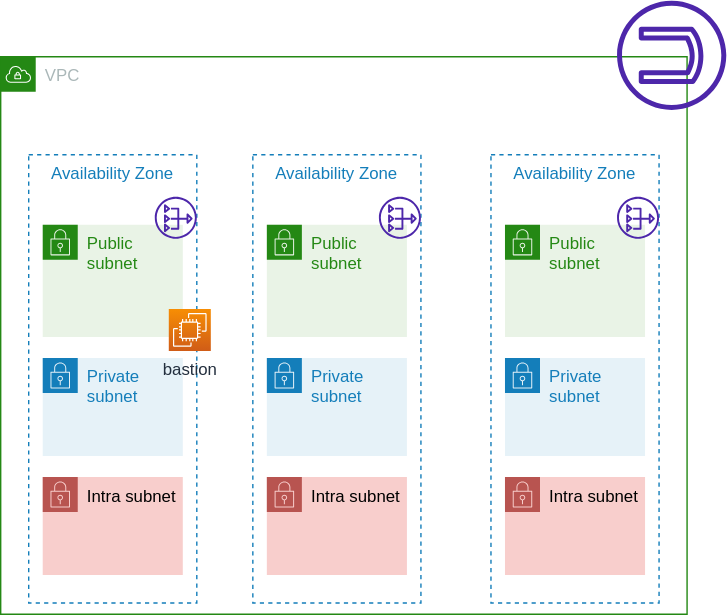
Earlier version of the draw.io export docs/diagrams/base.svg (redhat-developer/mapt). Source tidied: cells renumbered, new cells last; positions are measured from the earlier drawing's top-left corner, leaving out a move shared by most shapes. Its diagram source:
```xml
<mxGraphModel>
  <root>
    <mxCell id="0" />
    <mxCell id="1" parent="0" />
    <mxCell id="2" value="VPC" style="gradientColor=none;html=1;whiteSpace=wrap;fontSize=12;fontStyle=0;shape=mxgraph.aws4.group;grIcon=mxgraph.aws4.group_vpc;strokeColor=#248814;fillColor=none;verticalAlign=top;align=left;spacingLeft=30;fontColor=#AAB7B8;dashed=0;" parent="1" vertex="1">
      <mxGeometry y="40" width="490" height="398" as="geometry" />
    </mxCell>
    <mxCell id="3" value="Private subnet" style="gradientColor=none;html=1;whiteSpace=wrap;fontSize=12;fontStyle=0;shape=mxgraph.aws4.group;grIcon=mxgraph.aws4.group_security_group;grStroke=0;strokeColor=#147EBA;fillColor=#E6F2F8;verticalAlign=top;align=left;spacingLeft=30;fontColor=#147EBA;dashed=0;" parent="2" vertex="1">
      <mxGeometry x="360" y="215" width="100" height="70" as="geometry" />
    </mxCell>
    <mxCell id="4" value="Intra subnet" style="html=1;whiteSpace=wrap;fontSize=12;fontStyle=0;shape=mxgraph.aws4.group;grIcon=mxgraph.aws4.group_security_group;grStroke=0;strokeColor=#b85450;fillColor=#f8cecc;verticalAlign=top;align=left;spacingLeft=30;dashed=0;" parent="2" vertex="1">
      <mxGeometry x="360" y="300" width="100" height="70" as="geometry" />
    </mxCell>
    <mxCell id="5" value="Availability Zone" style="fillColor=none;strokeColor=#147EBA;dashed=1;verticalAlign=top;fontStyle=0;fontColor=#147EBA;" parent="2" vertex="1">
      <mxGeometry x="350" y="70" width="120" height="320" as="geometry" />
    </mxCell>
    <mxCell id="6" value="Availability Zone" style="fillColor=none;strokeColor=#147EBA;dashed=1;verticalAlign=top;fontStyle=0;fontColor=#147EBA;" parent="2" vertex="1">
      <mxGeometry x="20" y="70" width="120" height="320" as="geometry" />
    </mxCell>
    <mxCell id="7" value="Availability Zone" style="fillColor=none;strokeColor=#147EBA;dashed=1;verticalAlign=top;fontStyle=0;fontColor=#147EBA;" parent="2" vertex="1">
      <mxGeometry x="180" y="70" width="120" height="320" as="geometry" />
    </mxCell>
    <mxCell id="8" value="Private subnet" style="gradientColor=none;html=1;whiteSpace=wrap;fontSize=12;fontStyle=0;shape=mxgraph.aws4.group;grIcon=mxgraph.aws4.group_security_group;grStroke=0;strokeColor=#147EBA;fillColor=#E6F2F8;verticalAlign=top;align=left;spacingLeft=30;fontColor=#147EBA;dashed=0;" parent="2" vertex="1">
      <mxGeometry x="190" y="215" width="100" height="70" as="geometry" />
    </mxCell>
    <mxCell id="9" value="Intra subnet" style="html=1;whiteSpace=wrap;fontSize=12;fontStyle=0;shape=mxgraph.aws4.group;grIcon=mxgraph.aws4.group_security_group;grStroke=0;strokeColor=#b85450;fillColor=#f8cecc;verticalAlign=top;align=left;spacingLeft=30;dashed=0;" parent="2" vertex="1">
      <mxGeometry x="30" y="300" width="100" height="70" as="geometry" />
    </mxCell>
    <mxCell id="10" value="Intra subnet" style="html=1;whiteSpace=wrap;fontSize=12;fontStyle=0;shape=mxgraph.aws4.group;grIcon=mxgraph.aws4.group_security_group;grStroke=0;strokeColor=#b85450;fillColor=#f8cecc;verticalAlign=top;align=left;spacingLeft=30;dashed=0;" parent="2" vertex="1">
      <mxGeometry x="190" y="300" width="100" height="70" as="geometry" />
    </mxCell>
    <mxCell id="11" value="Public subnet" style="gradientColor=none;html=1;whiteSpace=wrap;fontSize=12;fontStyle=0;shape=mxgraph.aws4.group;grIcon=mxgraph.aws4.group_security_group;grStroke=0;strokeColor=#248814;fillColor=#E9F3E6;verticalAlign=top;align=left;spacingLeft=30;fontColor=#248814;dashed=0;" parent="2" vertex="1">
      <mxGeometry x="30" y="120" width="100" height="80" as="geometry" />
    </mxCell>
    <mxCell id="12" style="sketch=0;fontColor=#232F3E;gradientColor=none;fillColor=#4D27AA;strokeColor=none;dashed=0;verticalLabelPosition=bottom;verticalAlign=top;align=center;html=1;fontSize=12;fontStyle=0;shape=mxgraph.aws4.nat_gateway;" parent="11" vertex="1">
      <mxGeometry x="80" y="-20" width="30" height="30" as="geometry" />
    </mxCell>
    <mxCell id="13" value="Public subnet" style="gradientColor=none;html=1;whiteSpace=wrap;fontSize=12;fontStyle=0;shape=mxgraph.aws4.group;grIcon=mxgraph.aws4.group_security_group;grStroke=0;strokeColor=#248814;fillColor=#E9F3E6;verticalAlign=top;align=left;spacingLeft=30;fontColor=#248814;dashed=0;" parent="2" vertex="1">
      <mxGeometry x="190" y="120" width="100" height="80" as="geometry" />
    </mxCell>
    <mxCell id="14" style="sketch=0;fontColor=#232F3E;gradientColor=none;fillColor=#4D27AA;strokeColor=none;dashed=0;verticalLabelPosition=bottom;verticalAlign=top;align=center;html=1;fontSize=12;fontStyle=0;shape=mxgraph.aws4.nat_gateway;" parent="13" vertex="1">
      <mxGeometry x="80" y="-20" width="30" height="30" as="geometry" />
    </mxCell>
    <mxCell id="15" value="Public subnet" style="gradientColor=none;html=1;whiteSpace=wrap;fontSize=12;fontStyle=0;shape=mxgraph.aws4.group;grIcon=mxgraph.aws4.group_security_group;grStroke=0;strokeColor=#248814;fillColor=#E9F3E6;verticalAlign=top;align=left;spacingLeft=30;fontColor=#248814;dashed=0;" parent="2" vertex="1">
      <mxGeometry x="360" y="120" width="100" height="80" as="geometry" />
    </mxCell>
    <mxCell id="16" value="Private subnet" style="gradientColor=none;html=1;whiteSpace=wrap;fontSize=12;fontStyle=0;shape=mxgraph.aws4.group;grIcon=mxgraph.aws4.group_security_group;grStroke=0;strokeColor=#147EBA;fillColor=#E6F2F8;verticalAlign=top;align=left;spacingLeft=30;fontColor=#147EBA;dashed=0;" parent="2" vertex="1">
      <mxGeometry x="30" y="215" width="100" height="70" as="geometry" />
    </mxCell>
    <mxCell id="17" style="sketch=0;fontColor=#232F3E;gradientColor=none;fillColor=#4D27AA;strokeColor=none;dashed=0;verticalLabelPosition=bottom;verticalAlign=top;align=center;html=1;fontSize=12;fontStyle=0;shape=mxgraph.aws4.nat_gateway;" parent="2" vertex="1">
      <mxGeometry x="440" y="100" width="30" height="30" as="geometry" />
    </mxCell>
    <mxCell id="18" value="bastion" style="sketch=0;fontColor=#232F3E;gradientColor=#F78E04;gradientDirection=north;fillColor=#D05C17;strokeColor=#ffffff;dashed=0;verticalLabelPosition=bottom;verticalAlign=top;align=center;html=1;fontSize=12;fontStyle=0;shape=mxgraph.aws4.resourceIcon;resIcon=mxgraph.aws4.ec2;" parent="2" vertex="1">
      <mxGeometry x="120" y="180" width="30" height="30" as="geometry" />
    </mxCell>
    <mxCell id="19" style="sketch=0;fontColor=#232F3E;gradientColor=none;fillColor=#4D27AA;strokeColor=none;dashed=0;verticalLabelPosition=bottom;verticalAlign=top;align=center;html=1;fontSize=12;fontStyle=0;shape=mxgraph.aws4.internet_gateway;direction=south;" parent="1" vertex="1">
      <mxGeometry x="440" width="78" height="78" as="geometry" />
    </mxCell>
  </root>
</mxGraphModel>
```
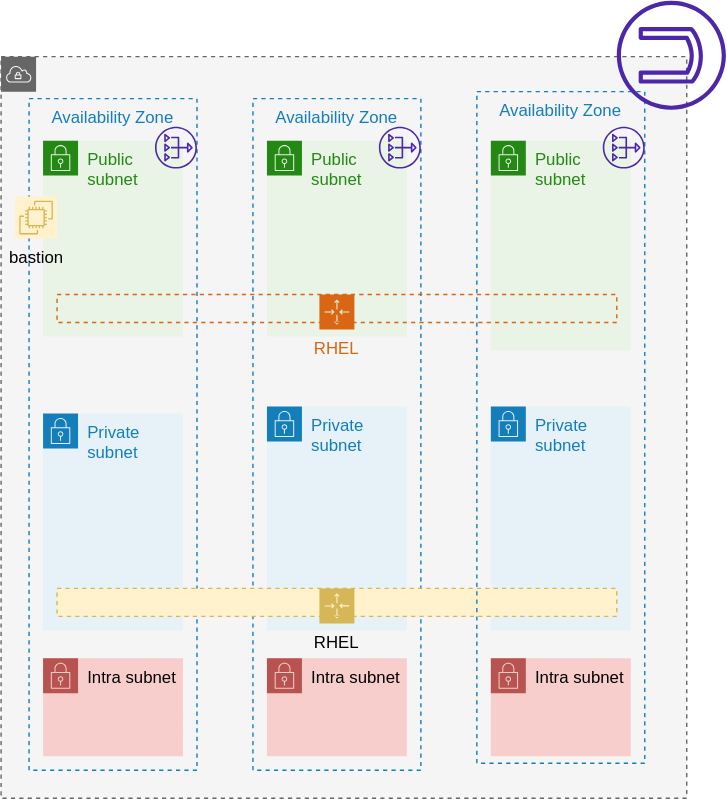
After the commit.

Diff of the diagram source:
```diff
@@ -2,59 +2,65 @@
   <root>
     <mxCell id="0" />
     <mxCell id="1" parent="0" />
-    <mxCell id="2" value="VPC" style="gradientColor=none;html=1;whiteSpace=wrap;fontSize=12;fontStyle=0;shape=mxgraph.aws4.group;grIcon=mxgraph.aws4.group_vpc;strokeColor=#248814;fillColor=none;verticalAlign=top;align=left;spacingLeft=30;fontColor=#AAB7B8;dashed=0;" parent="1" vertex="1">
-      <mxGeometry y="40" width="490" height="398" as="geometry" />
+    <mxCell id="2" style="html=1;whiteSpace=wrap;fontSize=12;fontStyle=0;shape=mxgraph.aws4.group;grIcon=mxgraph.aws4.group_vpc;strokeColor=#666666;fillColor=#f5f5f5;verticalAlign=top;align=left;spacingLeft=30;fontColor=#333333;dashed=1;" parent="1" vertex="1">
+      <mxGeometry y="40" width="490" height="530" as="geometry" />
     </mxCell>
+    <mxCell id="6" value="Availability Zone" style="fillColor=none;strokeColor=#147EBA;dashed=1;verticalAlign=top;fontStyle=0;fontColor=#147EBA;" parent="2" vertex="1">
+      <mxGeometry x="20" y="30" width="120" height="480" as="geometry" />
+    </mxCell>
     <mxCell id="3" value="Private subnet" style="gradientColor=none;html=1;whiteSpace=wrap;fontSize=12;fontStyle=0;shape=mxgraph.aws4.group;grIcon=mxgraph.aws4.group_security_group;grStroke=0;strokeColor=#147EBA;fillColor=#E6F2F8;verticalAlign=top;align=left;spacingLeft=30;fontColor=#147EBA;dashed=0;" parent="2" vertex="1">
-      <mxGeometry x="360" y="215" width="100" height="70" as="geometry" />
+      <mxGeometry x="350" y="250" width="100" height="160" as="geometry" />
     </mxCell>
     <mxCell id="4" value="Intra subnet" style="html=1;whiteSpace=wrap;fontSize=12;fontStyle=0;shape=mxgraph.aws4.group;grIcon=mxgraph.aws4.group_security_group;grStroke=0;strokeColor=#b85450;fillColor=#f8cecc;verticalAlign=top;align=left;spacingLeft=30;dashed=0;" parent="2" vertex="1">
-      <mxGeometry x="360" y="300" width="100" height="70" as="geometry" />
+      <mxGeometry x="350" y="430" width="100" height="70" as="geometry" />
     </mxCell>
-    <mxCell id="5" value="Availability Zone" style="fillColor=none;strokeColor=#147EBA;dashed=1;verticalAlign=top;fontStyle=0;fontColor=#147EBA;" parent="2" vertex="1">
-      <mxGeometry x="350" y="70" width="120" height="320" as="geometry" />
-    </mxCell>
-    <mxCell id="6" value="Availability Zone" style="fillColor=none;strokeColor=#147EBA;dashed=1;verticalAlign=top;fontStyle=0;fontColor=#147EBA;" parent="2" vertex="1">
-      <mxGeometry x="20" y="70" width="120" height="320" as="geometry" />
-    </mxCell>
     <mxCell id="7" value="Availability Zone" style="fillColor=none;strokeColor=#147EBA;dashed=1;verticalAlign=top;fontStyle=0;fontColor=#147EBA;" parent="2" vertex="1">
-      <mxGeometry x="180" y="70" width="120" height="320" as="geometry" />
+      <mxGeometry x="180" y="30" width="120" height="480" as="geometry" />
     </mxCell>
     <mxCell id="8" value="Private subnet" style="gradientColor=none;html=1;whiteSpace=wrap;fontSize=12;fontStyle=0;shape=mxgraph.aws4.group;grIcon=mxgraph.aws4.group_security_group;grStroke=0;strokeColor=#147EBA;fillColor=#E6F2F8;verticalAlign=top;align=left;spacingLeft=30;fontColor=#147EBA;dashed=0;" parent="2" vertex="1">
-      <mxGeometry x="190" y="215" width="100" height="70" as="geometry" />
+      <mxGeometry x="190" y="250" width="100" height="160" as="geometry" />
     </mxCell>
     <mxCell id="9" value="Intra subnet" style="html=1;whiteSpace=wrap;fontSize=12;fontStyle=0;shape=mxgraph.aws4.group;grIcon=mxgraph.aws4.group_security_group;grStroke=0;strokeColor=#b85450;fillColor=#f8cecc;verticalAlign=top;align=left;spacingLeft=30;dashed=0;" parent="2" vertex="1">
-      <mxGeometry x="30" y="300" width="100" height="70" as="geometry" />
+      <mxGeometry x="30" y="430" width="100" height="70" as="geometry" />
     </mxCell>
     <mxCell id="10" value="Intra subnet" style="html=1;whiteSpace=wrap;fontSize=12;fontStyle=0;shape=mxgraph.aws4.group;grIcon=mxgraph.aws4.group_security_group;grStroke=0;strokeColor=#b85450;fillColor=#f8cecc;verticalAlign=top;align=left;spacingLeft=30;dashed=0;" parent="2" vertex="1">
-      <mxGeometry x="190" y="300" width="100" height="70" as="geometry" />
+      <mxGeometry x="190" y="430" width="100" height="70" as="geometry" />
     </mxCell>
     <mxCell id="11" value="Public subnet" style="gradientColor=none;html=1;whiteSpace=wrap;fontSize=12;fontStyle=0;shape=mxgraph.aws4.group;grIcon=mxgraph.aws4.group_security_group;grStroke=0;strokeColor=#248814;fillColor=#E9F3E6;verticalAlign=top;align=left;spacingLeft=30;fontColor=#248814;dashed=0;" parent="2" vertex="1">
-      <mxGeometry x="30" y="120" width="100" height="80" as="geometry" />
+      <mxGeometry x="30" y="60" width="100" height="140" as="geometry" />
     </mxCell>
+    <mxCell id="18" value="bastion" style="sketch=0;gradientDirection=north;fillColor=#fff2cc;strokeColor=#d6b656;dashed=0;verticalLabelPosition=bottom;verticalAlign=top;align=center;html=1;fontSize=12;fontStyle=0;shape=mxgraph.aws4.resourceIcon;resIcon=mxgraph.aws4.ec2;" parent="11" vertex="1">
+      <mxGeometry x="-20" y="40" width="30" height="30" as="geometry" />
+    </mxCell>
+    <mxCell id="13" value="Public subnet" style="gradientColor=none;html=1;whiteSpace=wrap;fontSize=12;fontStyle=0;shape=mxgraph.aws4.group;grIcon=mxgraph.aws4.group_security_group;grStroke=0;strokeColor=#248814;fillColor=#E9F3E6;verticalAlign=top;align=left;spacingLeft=30;fontColor=#248814;dashed=0;" parent="2" vertex="1">
+      <mxGeometry x="190" y="60" width="100" height="140" as="geometry" />
+    </mxCell>
+    <mxCell id="16" value="Private subnet" style="gradientColor=none;html=1;whiteSpace=wrap;fontSize=12;fontStyle=0;shape=mxgraph.aws4.group;grIcon=mxgraph.aws4.group_security_group;grStroke=0;strokeColor=#147EBA;fillColor=#E6F2F8;verticalAlign=top;align=left;spacingLeft=30;fontColor=#147EBA;dashed=0;" parent="2" vertex="1">
+      <mxGeometry x="30" y="255" width="100" height="155" as="geometry" />
+    </mxCell>
+    <mxCell id="20" value="RHEL" style="html=1;whiteSpace=wrap;fontSize=12;fontStyle=0;shape=mxgraph.aws4.groupCenter;grIcon=mxgraph.aws4.group_auto_scaling_group;grStroke=1;strokeColor=#d6b656;fillColor=#fff2cc;verticalAlign=top;align=center;dashed=1;spacingTop=25;" parent="2" vertex="1">
+      <mxGeometry x="40" y="380" width="400" height="20" as="geometry" />
+    </mxCell>
+    <mxCell id="14" style="sketch=0;fontColor=#232F3E;gradientColor=none;fillColor=#4D27AA;strokeColor=none;dashed=0;verticalLabelPosition=bottom;verticalAlign=top;align=center;html=1;fontSize=12;fontStyle=0;shape=mxgraph.aws4.nat_gateway;" parent="2" vertex="1">
+      <mxGeometry x="270" y="50" width="30" height="30" as="geometry" />
+    </mxCell>
-    <mxCell id="12" style="sketch=0;fontColor=#232F3E;gradientColor=none;fillColor=#4D27AA;strokeColor=none;dashed=0;verticalLabelPosition=bottom;verticalAlign=top;align=center;html=1;fontSize=12;fontStyle=0;shape=mxgraph.aws4.nat_gateway;" parent="11" vertex="1">
-      <mxGeometry x="80" y="-20" width="30" height="30" as="geometry" />
+    <mxCell id="12" style="sketch=0;fontColor=#232F3E;gradientColor=none;fillColor=#4D27AA;strokeColor=none;dashed=0;verticalLabelPosition=bottom;verticalAlign=top;align=center;html=1;fontSize=12;fontStyle=0;shape=mxgraph.aws4.nat_gateway;" parent="2" vertex="1">
+      <mxGeometry x="110" y="50" width="30" height="30" as="geometry" />
     </mxCell>
-    <mxCell id="13" value="Public subnet" style="gradientColor=none;html=1;whiteSpace=wrap;fontSize=12;fontStyle=0;shape=mxgraph.aws4.group;grIcon=mxgraph.aws4.group_security_group;grStroke=0;strokeColor=#248814;fillColor=#E9F3E6;verticalAlign=top;align=left;spacingLeft=30;fontColor=#248814;dashed=0;" parent="2" vertex="1">
-      <mxGeometry x="190" y="120" width="100" height="80" as="geometry" />
-    </mxCell>
-    <mxCell id="14" style="sketch=0;fontColor=#232F3E;gradientColor=none;fillColor=#4D27AA;strokeColor=none;dashed=0;verticalLabelPosition=bottom;verticalAlign=top;align=center;html=1;fontSize=12;fontStyle=0;shape=mxgraph.aws4.nat_gateway;" parent="13" vertex="1">
-      <mxGeometry x="80" y="-20" width="30" height="30" as="geometry" />
-    </mxCell>
-    <mxCell id="15" value="Public subnet" style="gradientColor=none;html=1;whiteSpace=wrap;fontSize=12;fontStyle=0;shape=mxgraph.aws4.group;grIcon=mxgraph.aws4.group_security_group;grStroke=0;strokeColor=#248814;fillColor=#E9F3E6;verticalAlign=top;align=left;spacingLeft=30;fontColor=#248814;dashed=0;" parent="2" vertex="1">
-      <mxGeometry x="360" y="120" width="100" height="80" as="geometry" />
+    <mxCell id="15" value="Public subnet" style="gradientColor=none;html=1;whiteSpace=wrap;fontSize=12;fontStyle=0;shape=mxgraph.aws4.group;grIcon=mxgraph.aws4.group_security_group;grStroke=0;strokeColor=#248814;fillColor=#E9F3E6;verticalAlign=top;align=left;spacingLeft=30;fontColor=#248814;dashed=0;" parent="1" vertex="1">
+      <mxGeometry x="350" y="100" width="100" height="150" as="geometry" />
     </mxCell>
-    <mxCell id="16" value="Private subnet" style="gradientColor=none;html=1;whiteSpace=wrap;fontSize=12;fontStyle=0;shape=mxgraph.aws4.group;grIcon=mxgraph.aws4.group_security_group;grStroke=0;strokeColor=#147EBA;fillColor=#E6F2F8;verticalAlign=top;align=left;spacingLeft=30;fontColor=#147EBA;dashed=0;" parent="2" vertex="1">
-      <mxGeometry x="30" y="215" width="100" height="70" as="geometry" />
-    </mxCell>
+    <mxCell id="5" value="Availability Zone" style="fillColor=none;strokeColor=#147EBA;dashed=1;verticalAlign=top;fontStyle=0;fontColor=#147EBA;" parent="1" vertex="1">
+      <mxGeometry x="340" y="65" width="120" height="480" as="geometry" />
+    </mxCell>
+    <mxCell id="19" style="sketch=0;fontColor=#232F3E;gradientColor=none;fillColor=#4D27AA;strokeColor=none;dashed=0;verticalLabelPosition=bottom;verticalAlign=top;align=center;html=1;fontSize=12;fontStyle=0;shape=mxgraph.aws4.internet_gateway;direction=south;" parent="1" vertex="1">
+      <mxGeometry x="440" width="78" height="78" as="geometry" />
+    </mxCell>
-    <mxCell id="17" style="sketch=0;fontColor=#232F3E;gradientColor=none;fillColor=#4D27AA;strokeColor=none;dashed=0;verticalLabelPosition=bottom;verticalAlign=top;align=center;html=1;fontSize=12;fontStyle=0;shape=mxgraph.aws4.nat_gateway;" parent="2" vertex="1">
-      <mxGeometry x="440" y="100" width="30" height="30" as="geometry" />
+    <mxCell id="17" style="sketch=0;fontColor=#232F3E;gradientColor=none;fillColor=#4D27AA;strokeColor=none;dashed=0;verticalLabelPosition=bottom;verticalAlign=top;align=center;html=1;fontSize=12;fontStyle=0;shape=mxgraph.aws4.nat_gateway;" parent="1" vertex="1">
+      <mxGeometry x="430" y="90" width="30" height="30" as="geometry" />
     </mxCell>
-    <mxCell id="18" value="bastion" style="sketch=0;fontColor=#232F3E;gradientColor=#F78E04;gradientDirection=north;fillColor=#D05C17;strokeColor=#ffffff;dashed=0;verticalLabelPosition=bottom;verticalAlign=top;align=center;html=1;fontSize=12;fontStyle=0;shape=mxgraph.aws4.resourceIcon;resIcon=mxgraph.aws4.ec2;" parent="2" vertex="1">
-      <mxGeometry x="120" y="180" width="30" height="30" as="geometry" />
-    </mxCell>
-    <mxCell id="19" style="sketch=0;fontColor=#232F3E;gradientColor=none;fillColor=#4D27AA;strokeColor=none;dashed=0;verticalLabelPosition=bottom;verticalAlign=top;align=center;html=1;fontSize=12;fontStyle=0;shape=mxgraph.aws4.internet_gateway;direction=south;" parent="1" vertex="1">
-      <mxGeometry x="440" width="78" height="78" as="geometry" />
-    </mxCell>
+    <mxCell id="21" value="RHEL" style="gradientColor=none;html=1;whiteSpace=wrap;fontSize=12;fontStyle=0;shape=mxgraph.aws4.groupCenter;grIcon=mxgraph.aws4.group_auto_scaling_group;grStroke=1;strokeColor=#D86613;fillColor=none;verticalAlign=top;align=center;fontColor=#D86613;dashed=1;spacingTop=25;" parent="1" vertex="1">
+      <mxGeometry x="40" y="210" width="400" height="20" as="geometry" />
+    </mxCell>
   </root>
 </mxGraphModel>
```
